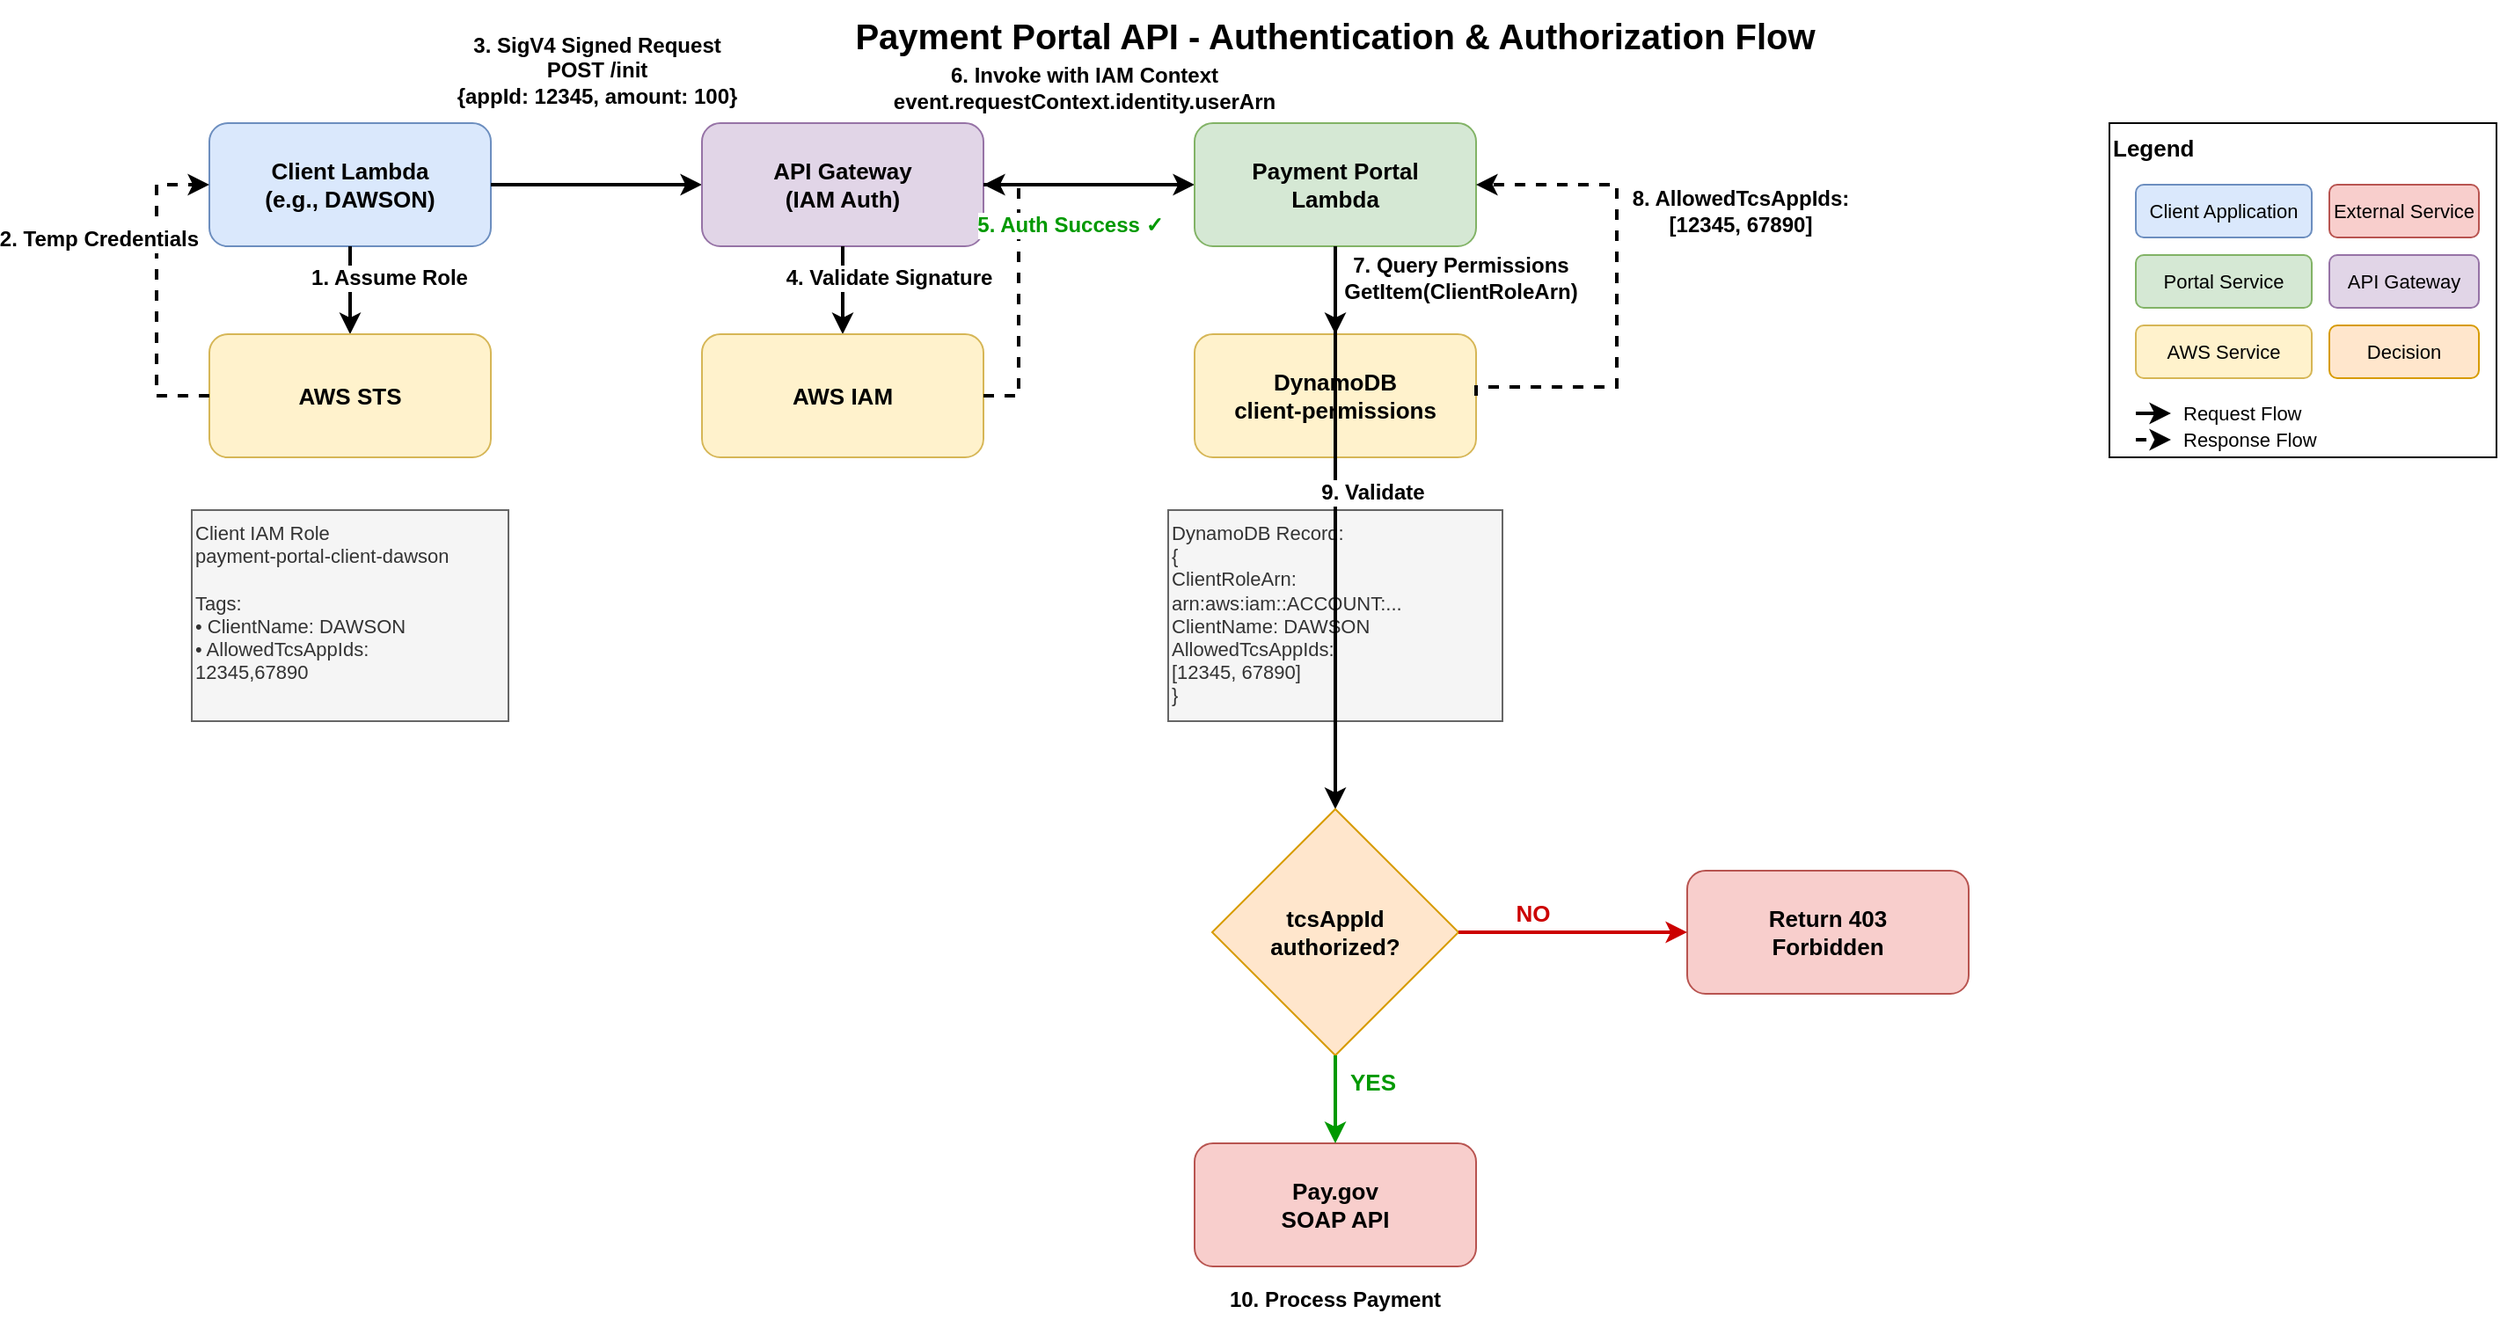
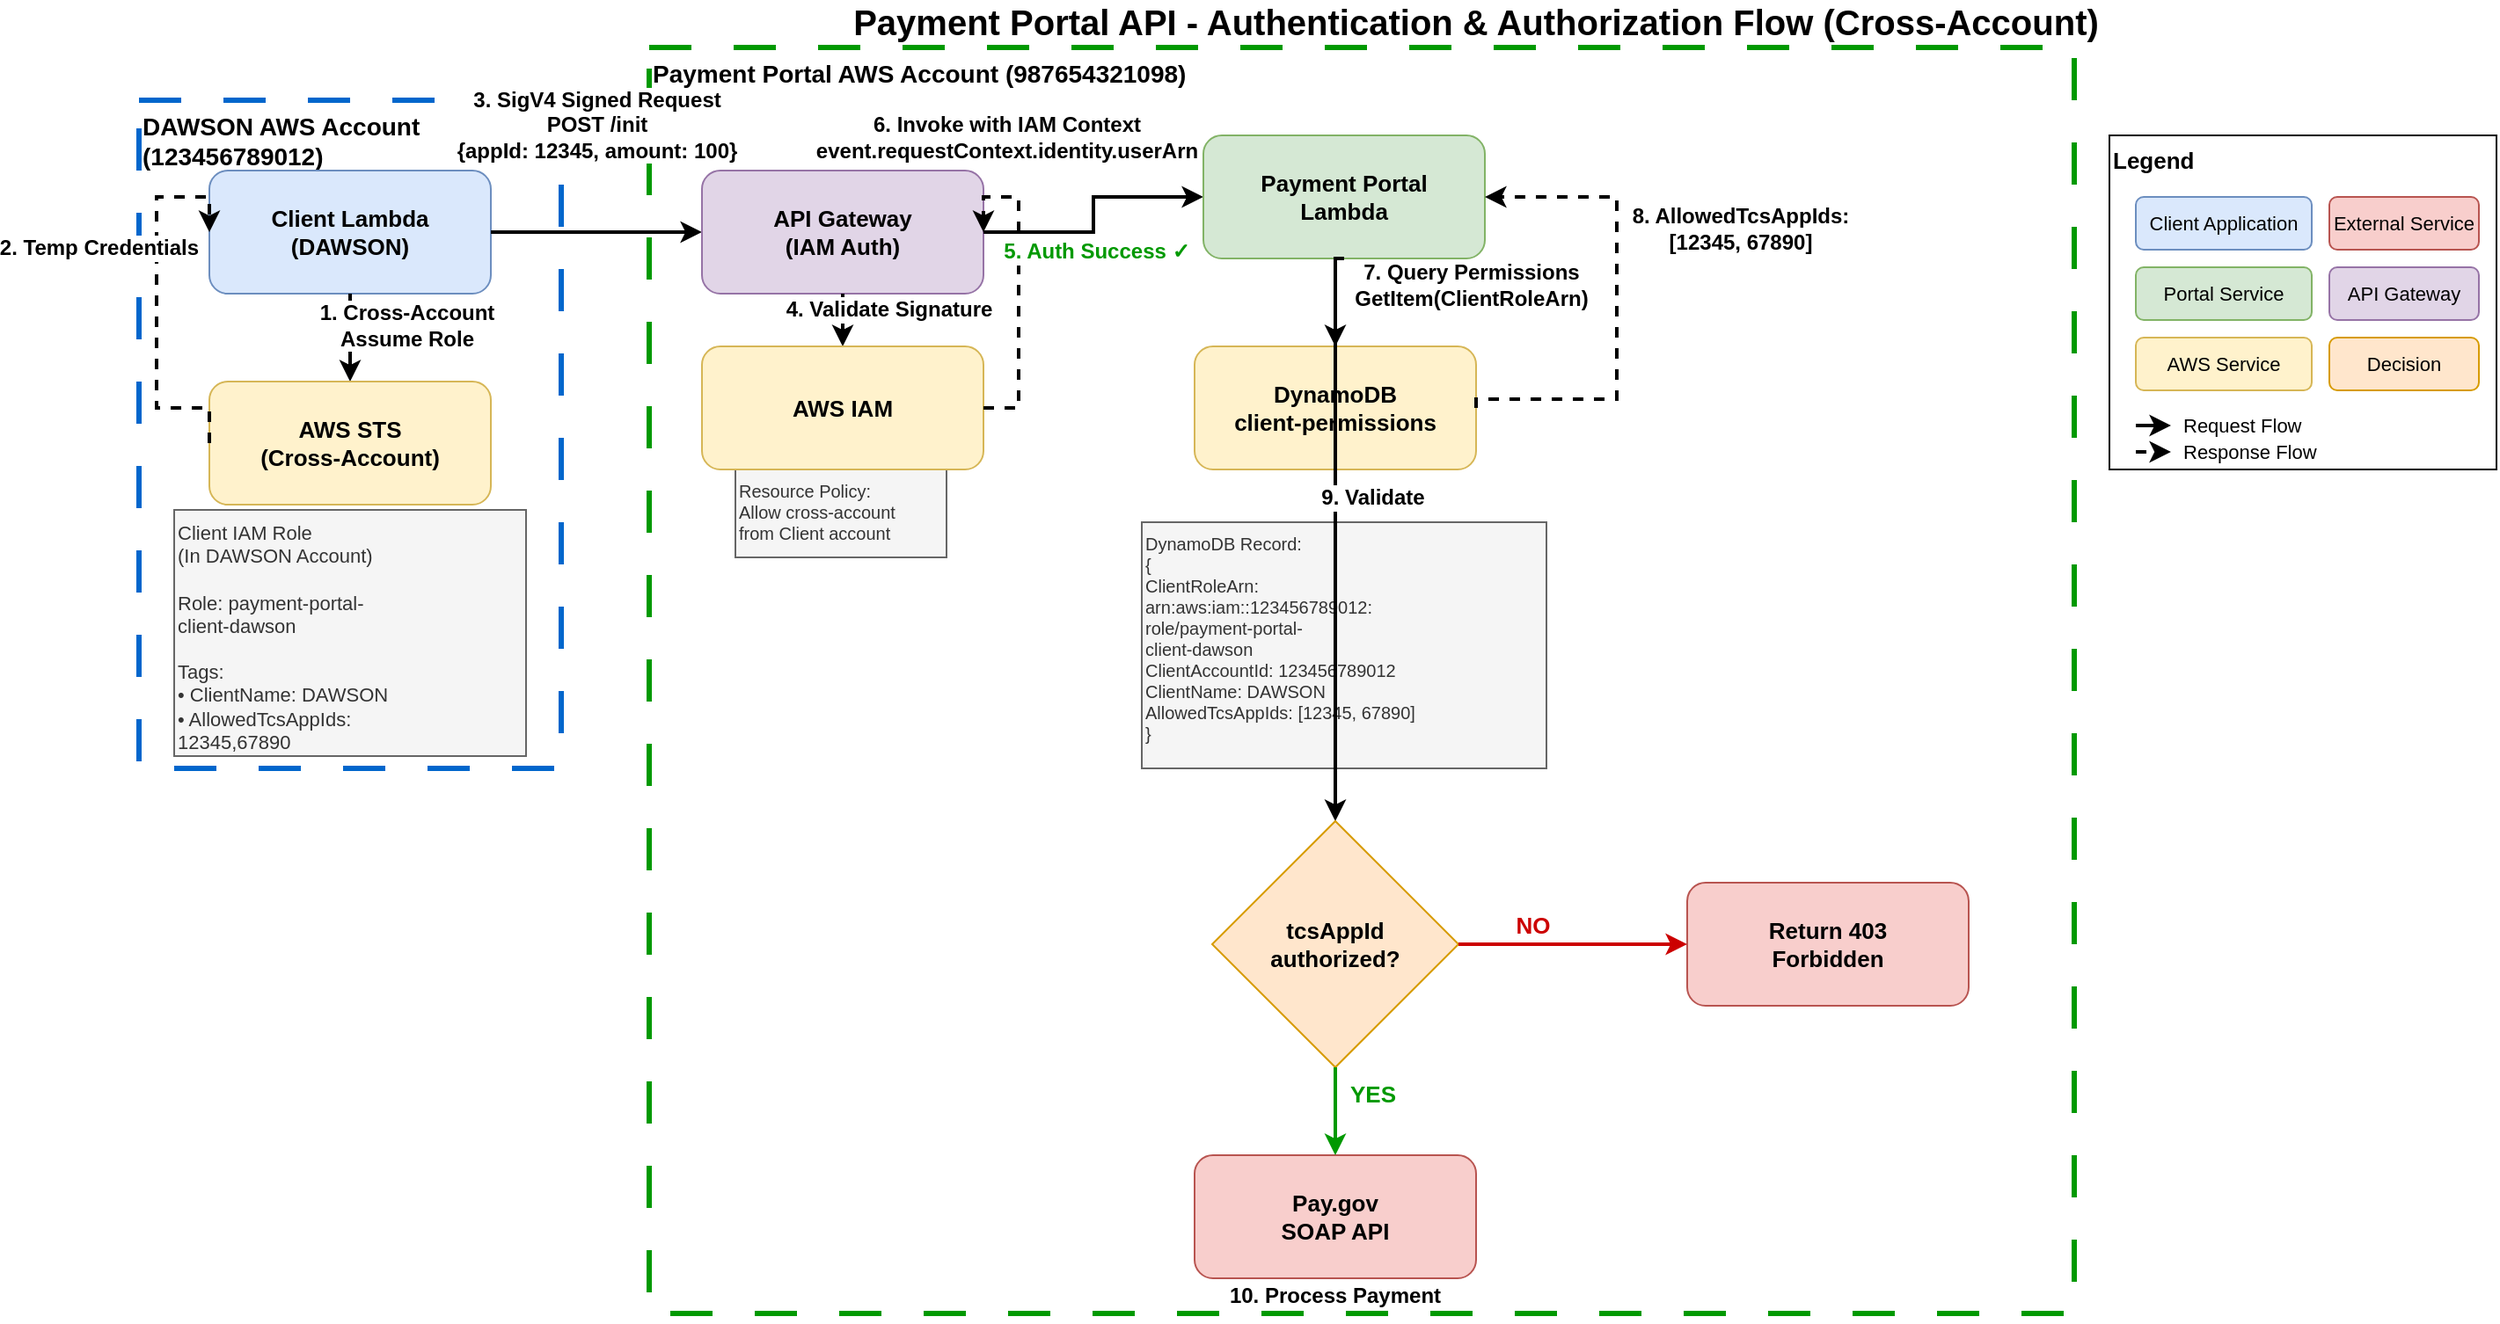
<mxfile host="65bd71144e">
    <diagram name="Authentication and Authorization Flow" id="auth-flow">
-         <mxGraphModel dx="2643" dy="1003" grid="1" gridSize="10" guides="1" tooltips="1" connect="1" arrows="1" fold="1" page="1" pageScale="1" pageWidth="1400" pageHeight="900" math="0" shadow="0">
+         <mxGraphModel dx="2480" dy="547" grid="1" gridSize="10" guides="1" tooltips="1" connect="1" arrows="1" fold="1" page="1" pageScale="1" pageWidth="1400" pageHeight="900" math="0" shadow="0">
            <root>
                <mxCell id="0"/>
                <mxCell id="1" parent="0"/>
-                 <mxCell id="title" value="Payment Portal API - Authentication &amp; Authorization Flow" style="text;html=1;strokeColor=none;fillColor=none;align=center;verticalAlign=middle;whiteSpace=wrap;rounded=0;fontSize=20;fontStyle=1" parent="1" vertex="1">
-                     <mxGeometry x="400" y="10" width="600" height="40" as="geometry"/>
-                 </mxCell>
-                 <mxCell id="client-lambda" value="Client Lambda&#xa;(e.g., DAWSON)" style="rounded=1;whiteSpace=wrap;html=1;fillColor=#dae8fc;strokeColor=#6c8ebf;fontSize=13;fontStyle=1;verticalAlign=middle;" parent="1" vertex="1">
-                     <mxGeometry x="60" y="80" width="160" height="70" as="geometry"/>
+                 <mxCell id="title" value="Payment Portal API - Authentication &amp; Authorization Flow (Cross-Account)" style="text;html=1;strokeColor=none;fillColor=none;align=center;verticalAlign=middle;whiteSpace=wrap;rounded=0;fontSize=20;fontStyle=1" parent="1" vertex="1">
+                     <mxGeometry x="400" y="10" width="760" height="10" as="geometry"/>
+                 </mxCell>
+                 <mxCell id="dawson-account-boundary" value="DAWSON AWS Account (123456789012)" style="rounded=0;whiteSpace=wrap;html=1;fillColor=none;strokeColor=#0066CC;fontSize=14;fontStyle=1;align=left;verticalAlign=top;dashed=1;dashPattern=8 8;strokeWidth=3;" parent="1" vertex="1">
+                     <mxGeometry x="20" y="60" width="240" height="380" as="geometry"/>
+                 </mxCell>
+                 <mxCell id="portal-account-boundary" value="Payment Portal AWS Account (987654321098)" style="rounded=0;whiteSpace=wrap;html=1;fillColor=none;strokeColor=#009900;fontSize=14;fontStyle=1;align=left;verticalAlign=top;dashed=1;dashPattern=8 8;strokeWidth=3;" parent="1" vertex="1">
+                     <mxGeometry x="310" y="30" width="810" height="720" as="geometry"/>
+                 </mxCell>
+                 <mxCell id="client-lambda" value="Client Lambda&#xa;(DAWSON)" style="rounded=1;whiteSpace=wrap;html=1;fillColor=#dae8fc;strokeColor=#6c8ebf;fontSize=13;fontStyle=1;verticalAlign=middle;" parent="1" vertex="1">
+                     <mxGeometry x="60" y="100" width="160" height="70" as="geometry"/>
                </mxCell>
                <mxCell id="step1-arrow" style="edgeStyle=orthogonalEdgeStyle;rounded=0;orthogonalLoop=1;jettySize=auto;html=1;strokeWidth=2;entryX=0.5;entryY=0;entryDx=0;entryDy=0;" parent="1" source="client-lambda" target="sts" edge="1">
                    <mxGeometry relative="1" as="geometry"/>
                </mxCell>
-                 <mxCell id="step1-label" value="1. Assume Role" style="edgeLabel;html=1;align=center;verticalAlign=middle;resizable=0;points=[];fontSize=12;fontStyle=1;labelBackgroundColor=#ffffff;" parent="step1-arrow" vertex="1" connectable="0">
+                 <mxCell id="step1-label" value="1. Cross-Account&#xa;Assume Role" style="edgeLabel;html=1;align=center;verticalAlign=middle;resizable=0;points=[];fontSize=12;fontStyle=1;labelBackgroundColor=#ffffff;" parent="step1-arrow" vertex="1" connectable="0">
                    <mxGeometry x="-0.1" y="2" relative="1" as="geometry">
-                         <mxPoint x="20" y="-5" as="offset"/>
-                     </mxGeometry>
-                 </mxCell>
-                 <mxCell id="sts" value="AWS STS" style="rounded=1;whiteSpace=wrap;html=1;fillColor=#fff2cc;strokeColor=#d6b656;fontSize=13;fontStyle=1;verticalAlign=middle;" parent="1" vertex="1">
-                     <mxGeometry x="60" y="200" width="160" height="70" as="geometry"/>
+                         <mxPoint x="30" y="-5" as="offset"/>
+                     </mxGeometry>
+                 </mxCell>
+                 <mxCell id="sts" value="AWS STS&#xa;(Cross-Account)" style="rounded=1;whiteSpace=wrap;html=1;fillColor=#fff2cc;strokeColor=#d6b656;fontSize=13;fontStyle=1;verticalAlign=middle;" parent="1" vertex="1">
+                     <mxGeometry x="60" y="220" width="160" height="70" as="geometry"/>
                </mxCell>
                <mxCell id="step2-arrow" style="edgeStyle=orthogonalEdgeStyle;rounded=0;orthogonalLoop=1;jettySize=auto;html=1;strokeWidth=2;dashed=1;exitX=0;exitY=0.5;exitDx=0;exitDy=0;entryX=0;entryY=0.5;entryDx=0;entryDy=0;" parent="1" source="sts" target="client-lambda" edge="1">
                    <mxGeometry relative="1" as="geometry">
                        <Array as="points">
                            <mxPoint x="30" y="235"/>
                            <mxPoint x="30" y="115"/>
                        </Array>
                    </mxGeometry>
                </mxCell>
                <mxCell id="step2-label" value="2. Temp Credentials" style="edgeLabel;html=1;align=center;verticalAlign=middle;resizable=0;points=[];fontSize=12;fontStyle=1;labelBackgroundColor=#ffffff;" parent="step2-arrow" vertex="1" connectable="0">
                    <mxGeometry x="0.1" y="-2" relative="1" as="geometry">
                        <mxPoint x="-35" y="-20" as="offset"/>
                    </mxGeometry>
                </mxCell>
-                 <mxCell id="iam-role-box" value="Client IAM Role&#xa;payment-portal-client-dawson&#xa;&#xa;Tags:&#xa;• ClientName: DAWSON&#xa;• AllowedTcsAppIds:&#xa;  12345,67890" style="rounded=0;whiteSpace=wrap;html=1;fillColor=#f5f5f5;strokeColor=#666666;fontSize=11;align=left;verticalAlign=top;fontColor=#333333;" parent="1" vertex="1">
-                     <mxGeometry x="50" y="300" width="180" height="120" as="geometry"/>
+                 <mxCell id="iam-role-box" value="Client IAM Role&#xa;(In DAWSON Account)&#xa;&#xa;Role: payment-portal-&#xa;client-dawson&#xa;&#xa;Tags:&#xa;• ClientName: DAWSON&#xa;• AllowedTcsAppIds:&#xa;  12345,67890" style="rounded=0;whiteSpace=wrap;html=1;fillColor=#f5f5f5;strokeColor=#666666;fontSize=11;align=left;verticalAlign=top;fontColor=#333333;" parent="1" vertex="1">
+                     <mxGeometry x="40" y="293" width="200" height="140" as="geometry"/>
                </mxCell>
                <mxCell id="step3-arrow" style="edgeStyle=orthogonalEdgeStyle;rounded=0;orthogonalLoop=1;jettySize=auto;html=1;strokeWidth=2;exitX=1;exitY=0.5;exitDx=0;exitDy=0;entryX=0;entryY=0.5;entryDx=0;entryDy=0;" parent="1" source="client-lambda" target="api-gateway" edge="1">
                    <mxGeometry relative="1" as="geometry"/>
                </mxCell>
                <mxCell id="step3-label" value="3. SigV4 Signed Request&#xa;POST /init&#xa;{appId: 12345, amount: 100}" style="edgeLabel;html=1;align=center;verticalAlign=middle;resizable=0;points=[];fontSize=12;fontStyle=1;labelBackgroundColor=#ffffff;" parent="step3-arrow" vertex="1" connectable="0">
                    <mxGeometry x="-0.05" y="2" relative="1" as="geometry">
-                         <mxPoint x="3" y="-63" as="offset"/>
+                         <mxPoint x="3" y="-59" as="offset"/>
                    </mxGeometry>
                </mxCell>
                <mxCell id="api-gateway" value="API Gateway&#xa;(IAM Auth)" style="rounded=1;whiteSpace=wrap;html=1;fillColor=#e1d5e7;strokeColor=#9673a6;fontSize=13;fontStyle=1;verticalAlign=middle;" parent="1" vertex="1">
-                     <mxGeometry x="340" y="80" width="160" height="70" as="geometry"/>
+                     <mxGeometry x="340" y="100" width="160" height="70" as="geometry"/>
+                 </mxCell>
+                 <mxCell id="api-gateway-policy" value="Resource Policy:&lt;br&gt;Allow cross-account&lt;br&gt;from Client account" style="rounded=0;whiteSpace=wrap;html=1;fillColor=#f5f5f5;strokeColor=#666666;fontSize=10;align=left;verticalAlign=top;fontColor=#333333;" parent="1" vertex="1">
+                     <mxGeometry x="359" y="270" width="120" height="50" as="geometry"/>
                </mxCell>
                <mxCell id="step4-arrow" style="edgeStyle=orthogonalEdgeStyle;rounded=0;orthogonalLoop=1;jettySize=auto;html=1;strokeWidth=2;exitX=0.5;exitY=1;exitDx=0;exitDy=0;entryX=0.5;entryY=0;entryDx=0;entryDy=0;" parent="1" source="api-gateway" target="iam-service" edge="1">
                    <mxGeometry relative="1" as="geometry"/>
                </mxCell>
                <mxCell id="step4-label" value="4. Validate Signature" style="edgeLabel;html=1;align=center;verticalAlign=middle;resizable=0;points=[];fontSize=12;fontStyle=1;labelBackgroundColor=#ffffff;" parent="step4-arrow" vertex="1" connectable="0">
                    <mxGeometry x="-0.1" y="1" relative="1" as="geometry">
                        <mxPoint x="25" y="-5" as="offset"/>
                    </mxGeometry>
                </mxCell>
                <mxCell id="iam-service" value="AWS IAM" style="rounded=1;whiteSpace=wrap;html=1;fillColor=#fff2cc;strokeColor=#d6b656;fontSize=13;fontStyle=1;verticalAlign=middle;" parent="1" vertex="1">
                    <mxGeometry x="340" y="200" width="160" height="70" as="geometry"/>
                </mxCell>
                <mxCell id="step5-arrow" style="edgeStyle=orthogonalEdgeStyle;rounded=0;orthogonalLoop=1;jettySize=auto;html=1;strokeWidth=2;dashed=1;exitX=1;exitY=0.5;exitDx=0;exitDy=0;entryX=1;entryY=0.5;entryDx=0;entryDy=0;" parent="1" source="iam-service" target="api-gateway" edge="1">
                    <mxGeometry relative="1" as="geometry">
                        <Array as="points">
                            <mxPoint x="520" y="235"/>
                            <mxPoint x="520" y="115"/>
                        </Array>
                    </mxGeometry>
                </mxCell>
                <mxCell id="step5-label" value="5. Auth Success ✓" style="edgeLabel;html=1;align=center;verticalAlign=middle;resizable=0;points=[];fontSize=12;fontStyle=1;fontColor=#009900;labelBackgroundColor=#ffffff;" parent="step5-arrow" vertex="1" connectable="0">
                    <mxGeometry x="0.15" y="1" relative="1" as="geometry">
-                         <mxPoint x="30" y="-25" as="offset"/>
+                         <mxPoint x="45" y="-6" as="offset"/>
                    </mxGeometry>
                </mxCell>
                <mxCell id="step6-arrow" style="edgeStyle=orthogonalEdgeStyle;rounded=0;orthogonalLoop=1;jettySize=auto;html=1;strokeWidth=2;exitX=1;exitY=0.5;exitDx=0;exitDy=0;entryX=0;entryY=0.5;entryDx=0;entryDy=0;" parent="1" source="api-gateway" target="portal-lambda" edge="1">
                    <mxGeometry relative="1" as="geometry"/>
                </mxCell>
                <mxCell id="step6-label" value="6. Invoke with IAM Context&#xa;event.requestContext.identity.userArn" style="edgeLabel;html=1;align=center;verticalAlign=middle;resizable=0;points=[];fontSize=12;fontStyle=1;labelBackgroundColor=#ffffff;" parent="step6-arrow" vertex="1" connectable="0">
                    <mxGeometry x="-0.05" y="2" relative="1" as="geometry">
-                         <mxPoint y="-53" as="offset"/>
+                         <mxPoint x="-48" y="-48" as="offset"/>
                    </mxGeometry>
                </mxCell>
                <mxCell id="portal-lambda" value="Payment Portal&#xa;Lambda" style="rounded=1;whiteSpace=wrap;html=1;fillColor=#d5e8d4;strokeColor=#82b366;fontSize=13;fontStyle=1;verticalAlign=middle;" parent="1" vertex="1">
-                     <mxGeometry x="620" y="80" width="160" height="70" as="geometry"/>
+                     <mxGeometry x="625" y="80" width="160" height="70" as="geometry"/>
                </mxCell>
                <mxCell id="step7-arrow" style="edgeStyle=orthogonalEdgeStyle;rounded=0;orthogonalLoop=1;jettySize=auto;html=1;strokeWidth=2;exitX=0.5;exitY=1;exitDx=0;exitDy=0;entryX=0.5;entryY=0;entryDx=0;entryDy=0;" parent="1" source="portal-lambda" target="dynamodb" edge="1">
-                     <mxGeometry relative="1" as="geometry"/>
+                     <mxGeometry relative="1" as="geometry">
+                         <Array as="points">
+                             <mxPoint x="700" y="150"/>
+                         </Array>
+                     </mxGeometry>
                </mxCell>
                <mxCell id="step7-label" value="7. Query Permissions&#xa;GetItem(ClientRoleArn)" style="edgeLabel;html=1;align=center;verticalAlign=middle;resizable=0;points=[];fontSize=12;fontStyle=1;labelBackgroundColor=#ffffff;" parent="step7-arrow" vertex="1" connectable="0">
                    <mxGeometry x="-0.1" y="2" relative="1" as="geometry">
-                         <mxPoint x="69" y="-5" as="offset"/>
+                         <mxPoint x="75" y="-5" as="offset"/>
                    </mxGeometry>
                </mxCell>
                <mxCell id="dynamodb" value="DynamoDB&#xa;client-permissions" style="rounded=1;whiteSpace=wrap;html=1;fillColor=#fff2cc;strokeColor=#d6b656;fontSize=13;fontStyle=1;verticalAlign=middle;" parent="1" vertex="1">
                    <mxGeometry x="620" y="200" width="160" height="70" as="geometry"/>
                </mxCell>
                <mxCell id="step8-arrow" style="edgeStyle=orthogonalEdgeStyle;rounded=0;orthogonalLoop=1;jettySize=auto;html=1;strokeWidth=2;dashed=1;exitX=1;exitY=0.5;exitDx=0;exitDy=0;entryX=1;entryY=0.5;entryDx=0;entryDy=0;" parent="1" source="dynamodb" target="portal-lambda" edge="1">
                    <mxGeometry relative="1" as="geometry">
                        <Array as="points">
                            <mxPoint x="780" y="230"/>
                            <mxPoint x="860" y="230"/>
                            <mxPoint x="860" y="115"/>
                        </Array>
                    </mxGeometry>
                </mxCell>
                <mxCell id="step8-label" value="8. AllowedTcsAppIds:&#xa;[12345, 67890]" style="edgeLabel;html=1;align=center;verticalAlign=middle;resizable=0;points=[];fontSize=12;fontStyle=1;labelBackgroundColor=#ffffff;" parent="step8-arrow" vertex="1" connectable="0">
                    <mxGeometry x="0.15" y="1" relative="1" as="geometry">
                        <mxPoint x="71" y="-24" as="offset"/>
                    </mxGeometry>
                </mxCell>
-                 <mxCell id="dynamodb-details" value="DynamoDB Record:&#xa;{&#xa;  ClientRoleArn:&#xa;    arn:aws:iam::ACCOUNT:...&#xa;  ClientName: DAWSON&#xa;  AllowedTcsAppIds:&#xa;    [12345, 67890]&#xa;}" style="rounded=0;whiteSpace=wrap;html=1;fillColor=#f5f5f5;strokeColor=#666666;fontSize=11;align=left;verticalAlign=top;fontColor=#333333;" parent="1" vertex="1">
-                     <mxGeometry x="605" y="300" width="190" height="120" as="geometry"/>
-                 </mxCell>
-                 <mxCell id="step9-arrow" style="edgeStyle=orthogonalEdgeStyle;rounded=0;orthogonalLoop=1;jettySize=auto;html=1;strokeWidth=2;exitX=0.5;exitY=1;exitDx=0;exitDy=0;entryX=0.5;entryY=0;entryDx=0;entryDy=0;" parent="1" source="portal-lambda" target="decision" edge="1">
-                     <mxGeometry relative="1" as="geometry">
-                         <Array as="points">
-                             <mxPoint x="700" y="180"/>
-                             <mxPoint x="700" y="470"/>
-                         </Array>
+                 <mxCell id="dynamodb-details" value="DynamoDB Record:&#xa;{&#xa;  ClientRoleArn:&#xa;    arn:aws:iam::123456789012:&#xa;    role/payment-portal-&#xa;    client-dawson&#xa;  ClientAccountId: 123456789012&#xa;  ClientName: DAWSON&#xa;  AllowedTcsAppIds: [12345, 67890]&#xa;}" style="rounded=0;whiteSpace=wrap;html=1;fillColor=#f5f5f5;strokeColor=#666666;fontSize=10;align=left;verticalAlign=top;fontColor=#333333;" parent="1" vertex="1">
+                     <mxGeometry x="590" y="300" width="230" height="140" as="geometry"/>
+                 </mxCell>
+                 <mxCell id="step9-arrow" style="edgeStyle=orthogonalEdgeStyle;rounded=0;orthogonalLoop=1;jettySize=auto;html=1;strokeWidth=2;exitX=0.5;exitY=1;exitDx=0;exitDy=0;entryX=0.5;entryY=0;entryDx=0;entryDy=0;" parent="1" edge="1">
+                     <mxGeometry relative="1" as="geometry">
+                         <Array as="points">
+                             <mxPoint x="700" y="150"/>
+                         </Array>
+                         <mxPoint x="705" y="150" as="sourcePoint"/>
+                         <mxPoint x="700" y="470" as="targetPoint"/>
                    </mxGeometry>
                </mxCell>
                <mxCell id="step9-label" value="9. Validate" style="edgeLabel;html=1;align=center;verticalAlign=middle;resizable=0;points=[];fontSize=12;fontStyle=1;labelBackgroundColor=#ffffff;" parent="step9-arrow" vertex="1" connectable="0">
                    <mxGeometry x="-0.75" y="1" relative="1" as="geometry">
                        <mxPoint x="20" y="100" as="offset"/>
                    </mxGeometry>
                </mxCell>
                <mxCell id="decision" value="tcsAppId&#xa;authorized?" style="rhombus;whiteSpace=wrap;html=1;fillColor=#ffe6cc;strokeColor=#d79b00;fontSize=13;fontStyle=1" parent="1" vertex="1">
                    <mxGeometry x="630" y="470" width="140" height="140" as="geometry"/>
                </mxCell>
                <mxCell id="paygov" value="Pay.gov&#xa;SOAP API" style="rounded=1;whiteSpace=wrap;html=1;fillColor=#f8cecc;strokeColor=#b85450;fontSize=13;fontStyle=1;verticalAlign=middle;" parent="1" vertex="1">
                    <mxGeometry x="620" y="660" width="160" height="70" as="geometry"/>
                </mxCell>
                <mxCell id="yes-arrow" style="edgeStyle=orthogonalEdgeStyle;rounded=0;orthogonalLoop=1;jettySize=auto;html=1;strokeWidth=2;strokeColor=#009900;exitX=0.5;exitY=1;exitDx=0;exitDy=0;entryX=0.5;entryY=0;entryDx=0;entryDy=0;" parent="1" source="decision" target="paygov" edge="1">
                    <mxGeometry relative="1" as="geometry"/>
                </mxCell>
                <mxCell id="yes-label" value="YES" style="edgeLabel;html=1;align=center;verticalAlign=middle;resizable=0;points=[];fontSize=13;fontStyle=1;fontColor=#009900;labelBackgroundColor=#ffffff;" parent="yes-arrow" vertex="1" connectable="0">
                    <mxGeometry x="-0.2" y="1" relative="1" as="geometry">
                        <mxPoint x="20" y="-5" as="offset"/>
                    </mxGeometry>
                </mxCell>
                <mxCell id="forbidden" value="Return 403&#xa;Forbidden" style="rounded=1;whiteSpace=wrap;html=1;fillColor=#f8cecc;strokeColor=#b85450;fontSize=13;fontStyle=1;verticalAlign=middle;" parent="1" vertex="1">
                    <mxGeometry x="900" y="505" width="160" height="70" as="geometry"/>
                </mxCell>
                <mxCell id="no-arrow" style="edgeStyle=orthogonalEdgeStyle;rounded=0;orthogonalLoop=1;jettySize=auto;html=1;strokeWidth=2;strokeColor=#CC0000;exitX=1;exitY=0.5;exitDx=0;exitDy=0;entryX=0;entryY=0.5;entryDx=0;entryDy=0;" parent="1" source="decision" target="forbidden" edge="1">
                    <mxGeometry relative="1" as="geometry"/>
                </mxCell>
                <mxCell id="no-label" value="NO" style="edgeLabel;html=1;align=center;verticalAlign=middle;resizable=0;points=[];fontSize=13;fontStyle=1;fontColor=#CC0000;labelBackgroundColor=#ffffff;" parent="no-arrow" vertex="1" connectable="0">
                    <mxGeometry x="-0.2" y="1" relative="1" as="geometry">
                        <mxPoint x="-10" y="-10" as="offset"/>
                    </mxGeometry>
                </mxCell>
                <mxCell id="step10-label" value="10. Process Payment" style="text;html=1;strokeColor=none;fillColor=none;align=center;verticalAlign=middle;whiteSpace=wrap;rounded=0;fontSize=12;fontStyle=1" parent="1" vertex="1">
-                     <mxGeometry x="620" y="734" width="160" height="30" as="geometry"/>
+                     <mxGeometry x="620" y="725" width="160" height="30" as="geometry"/>
                </mxCell>
                <mxCell id="legend-box" value="Legend" style="rounded=0;whiteSpace=wrap;html=1;fillColor=#ffffff;strokeColor=#000000;fontSize=13;fontStyle=1;align=left;verticalAlign=top" parent="1" vertex="1">
                    <mxGeometry x="1140" y="80" width="220" height="190" as="geometry"/>
                </mxCell>
                <mxCell id="legend-client" value="Client Application" style="rounded=1;whiteSpace=wrap;html=1;fillColor=#dae8fc;strokeColor=#6c8ebf;fontSize=11;verticalAlign=middle;" parent="1" vertex="1">
                    <mxGeometry x="1155" y="115" width="100" height="30" as="geometry"/>
                </mxCell>
                <mxCell id="legend-portal" value="Portal Service" style="rounded=1;whiteSpace=wrap;html=1;fillColor=#d5e8d4;strokeColor=#82b366;fontSize=11;verticalAlign=middle;" parent="1" vertex="1">
                    <mxGeometry x="1155" y="155" width="100" height="30" as="geometry"/>
                </mxCell>
                <mxCell id="legend-aws" value="AWS Service" style="rounded=1;whiteSpace=wrap;html=1;fillColor=#fff2cc;strokeColor=#d6b656;fontSize=11;verticalAlign=middle;" parent="1" vertex="1">
                    <mxGeometry x="1155" y="195" width="100" height="30" as="geometry"/>
                </mxCell>
                <mxCell id="legend-external" value="External Service" style="rounded=1;whiteSpace=wrap;html=1;fillColor=#f8cecc;strokeColor=#b85450;fontSize=11;verticalAlign=middle;" parent="1" vertex="1">
                    <mxGeometry x="1265" y="115" width="85" height="30" as="geometry"/>
                </mxCell>
                <mxCell id="legend-gateway" value="API Gateway" style="rounded=1;whiteSpace=wrap;html=1;fillColor=#e1d5e7;strokeColor=#9673a6;fontSize=11;verticalAlign=middle;" parent="1" vertex="1">
                    <mxGeometry x="1265" y="155" width="85" height="30" as="geometry"/>
                </mxCell>
                <mxCell id="legend-decision" value="Decision" style="rounded=1;whiteSpace=wrap;html=1;fillColor=#ffe6cc;strokeColor=#d79b00;fontSize=11;verticalAlign=middle;" parent="1" vertex="1">
                    <mxGeometry x="1265" y="195" width="85" height="30" as="geometry"/>
                </mxCell>
                <mxCell id="legend-solid" value="Request Flow" style="text;html=1;strokeColor=none;fillColor=none;align=left;verticalAlign=middle;whiteSpace=wrap;rounded=0;fontSize=11;" parent="1" vertex="1">
                    <mxGeometry x="1180" y="235" width="100" height="20" as="geometry"/>
                </mxCell>
                <mxCell id="legend-solid-line" value="" style="endArrow=classic;html=1;strokeWidth=2;fontSize=11;" parent="1" edge="1">
                    <mxGeometry width="50" height="50" relative="1" as="geometry">
                        <mxPoint x="1155" y="245" as="sourcePoint"/>
                        <mxPoint x="1175" y="245" as="targetPoint"/>
                    </mxGeometry>
                </mxCell>
                <mxCell id="legend-dashed" value="Response Flow" style="text;html=1;strokeColor=none;fillColor=none;align=left;verticalAlign=middle;whiteSpace=wrap;rounded=0;fontSize=11;" parent="1" vertex="1">
                    <mxGeometry x="1180" y="250" width="100" height="20" as="geometry"/>
                </mxCell>
                <mxCell id="legend-dashed-line" value="" style="endArrow=classic;html=1;strokeWidth=2;dashed=1;fontSize=11;" parent="1" edge="1">
                    <mxGeometry width="50" height="50" relative="1" as="geometry">
                        <mxPoint x="1155" y="260" as="sourcePoint"/>
                        <mxPoint x="1175" y="260" as="targetPoint"/>
                    </mxGeometry>
                </mxCell>
            </root>
        </mxGraphModel>
    </diagram>
</mxfile>
